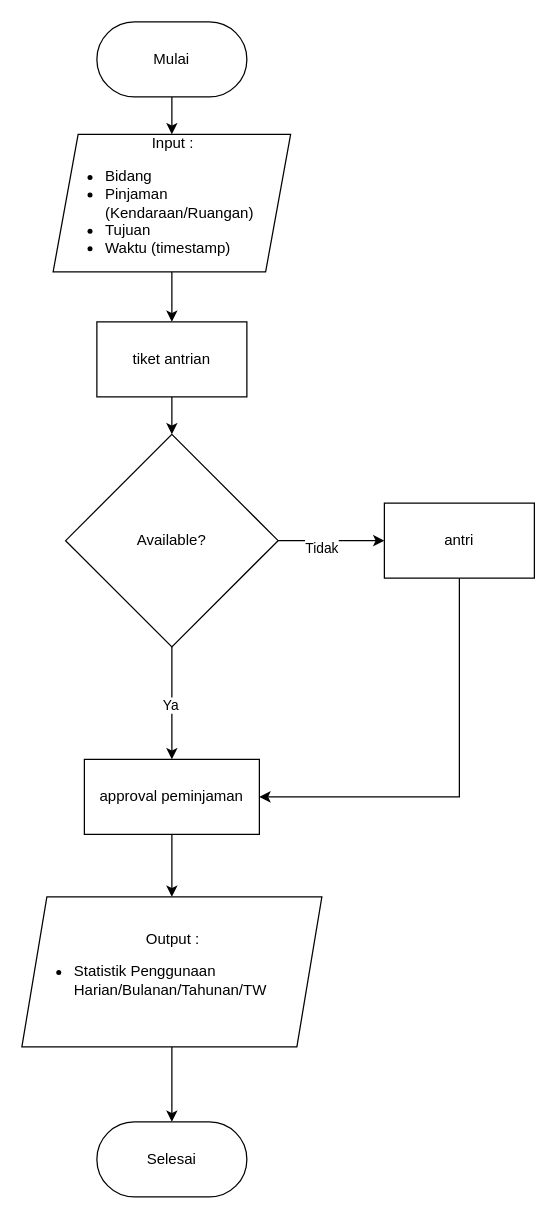
Fakhrezy/sistem-atk-paljaya keeps this draw.io diagram as page "fc-MP" (2 of 4) of sisfo-rt.drawio. Above is the earlier version. Source tidied: cells renumbered, new cells numbered last; positions are measured from the earlier drawing's top-left corner, leaving out a move shared by most shapes. Both pictures are drawn from the tidied source at 125%, with x=0, y=0 at pixel (21, 21).
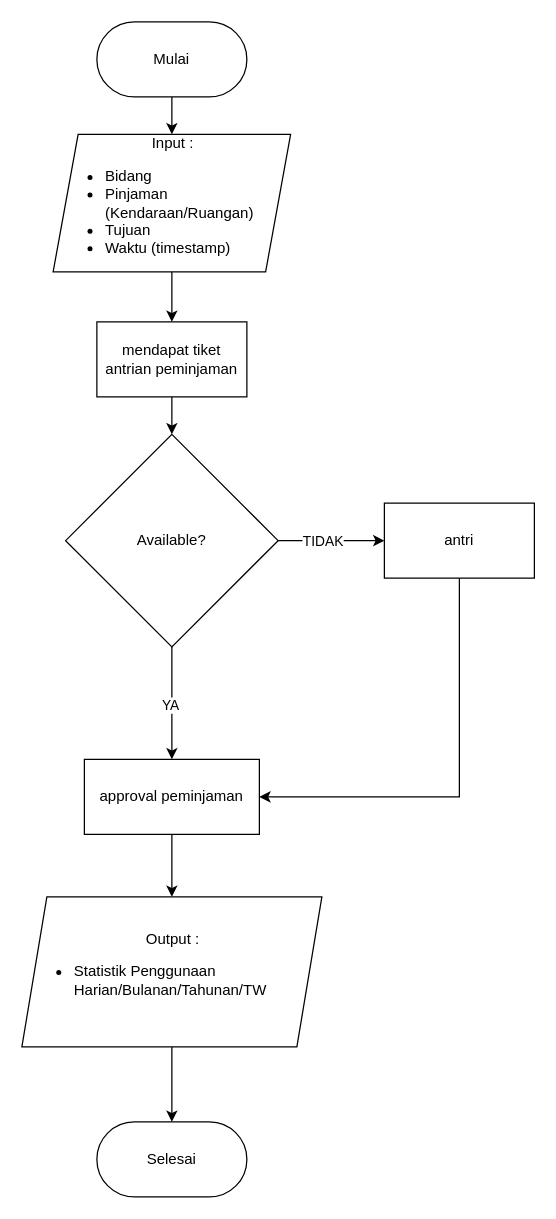
The same diagram, later.

The change refers to these unchanged cells:
```xml
<mxCell id="10" style="edgeStyle=orthogonalEdgeStyle;rounded=0;jettySize=auto;html=1;exitX=0.5;exitY=1;exitDx=0;exitDy=0;entryX=0.5;entryY=0;entryDx=0;entryDy=0;" parent="1" edge="1" source="14" target="9">
  <mxGeometry relative="1" as="geometry" />
</mxCell>
<mxCell id="12" style="edgeStyle=orthogonalEdgeStyle;rounded=0;jettySize=auto;html=1;exitX=1;exitY=0.5;exitDx=0;exitDy=0;entryX=0;entryY=0.5;entryDx=0;entryDy=0;" parent="1" edge="1" source="14" target="16">
  <mxGeometry relative="1" as="geometry" />
</mxCell>
```

Diff of the diagram source:
```diff
@@
-    <mxCell id="7" value="tiket antrian" style="rounded=0;whiteSpace=wrap;html=1;" parent="1" vertex="1">
+    <mxCell id="7" value="mendapat tiket antrian peminjaman" style="rounded=0;whiteSpace=wrap;html=1;" parent="1" vertex="1">
       <mxGeometry x="60" y="240" width="120" height="60" as="geometry" />
     </mxCell>
@@
-    <mxCell id="11" value="Ya" style="edgeLabel;html=1;align=center;verticalAlign=middle;" parent="10" vertex="1">
+    <mxCell id="11" value="YA" style="edgeLabel;html=1;align=center;verticalAlign=middle;" parent="10" vertex="1">
       <mxGeometry x="0.03" y="-2" relative="1" as="geometry" />
     </mxCell>
@@
-    <mxCell id="13" value="Tidak" style="edgeLabel;html=1;align=center;verticalAlign=middle;" parent="12" vertex="1">
-      <mxGeometry x="-0.19" y="-5" relative="1" as="geometry" />
+    <mxCell id="13" value="TIDAK" style="edgeLabel;html=1;align=center;verticalAlign=middle;" parent="12" vertex="1">
+      <mxGeometry x="-0.19" y="-5" relative="1" as="geometry">
+        <mxPoint x="1" y="-5" as="offset" />
+      </mxGeometry>
     </mxCell>
```
